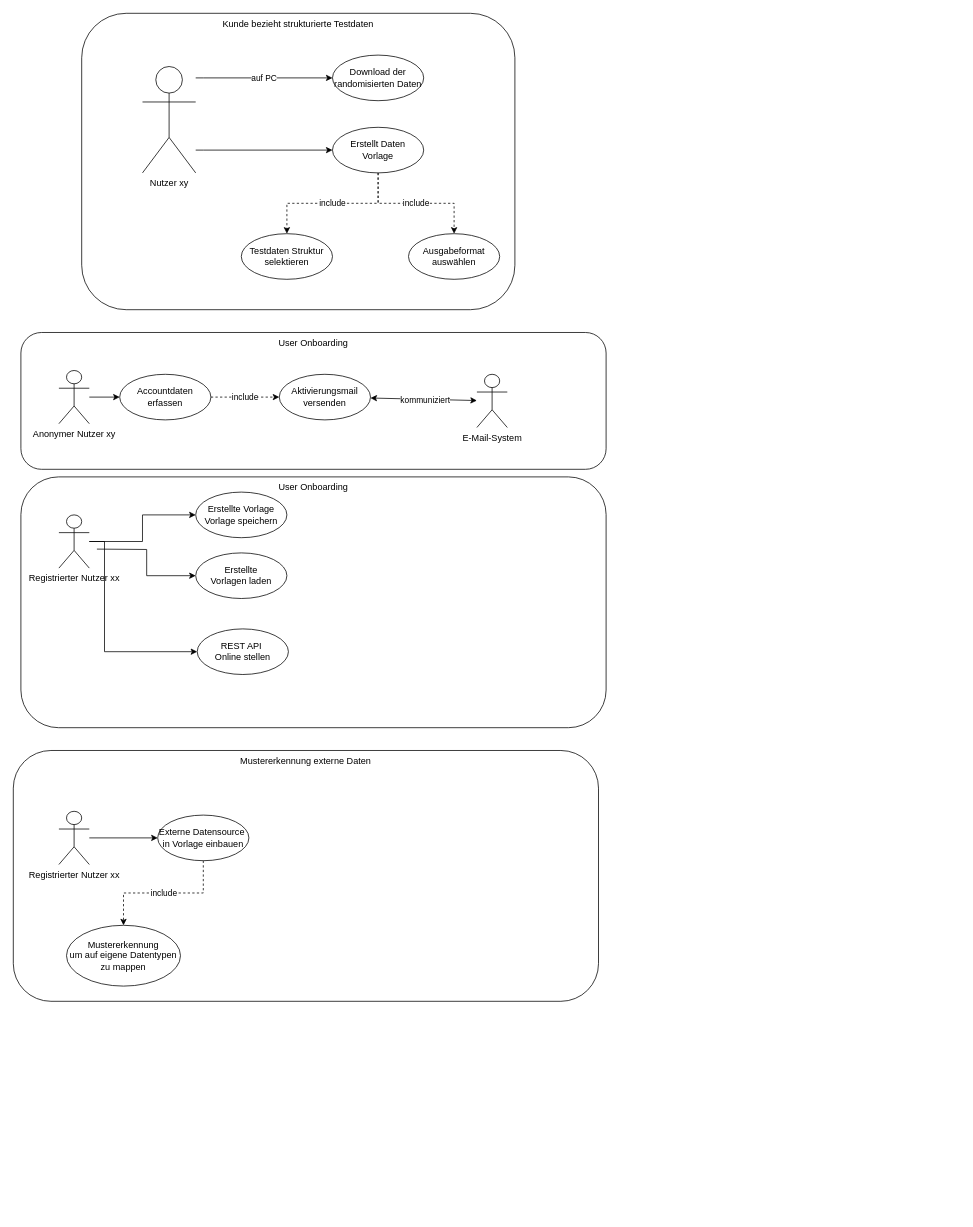
Before: datagen-backend/src/main/resources/UseCase.drawio in Edelmetall/LoremIpsum, a draw.io diagram. Source tidied: cells renumbered, new cells numbered last; positions are measured from the earlier drawing's top-left corner, leaving out a move shared by most shapes. Both pictures are drawn from the tidied source at 76%, with x=0, y=0 at pixel (13, 13).
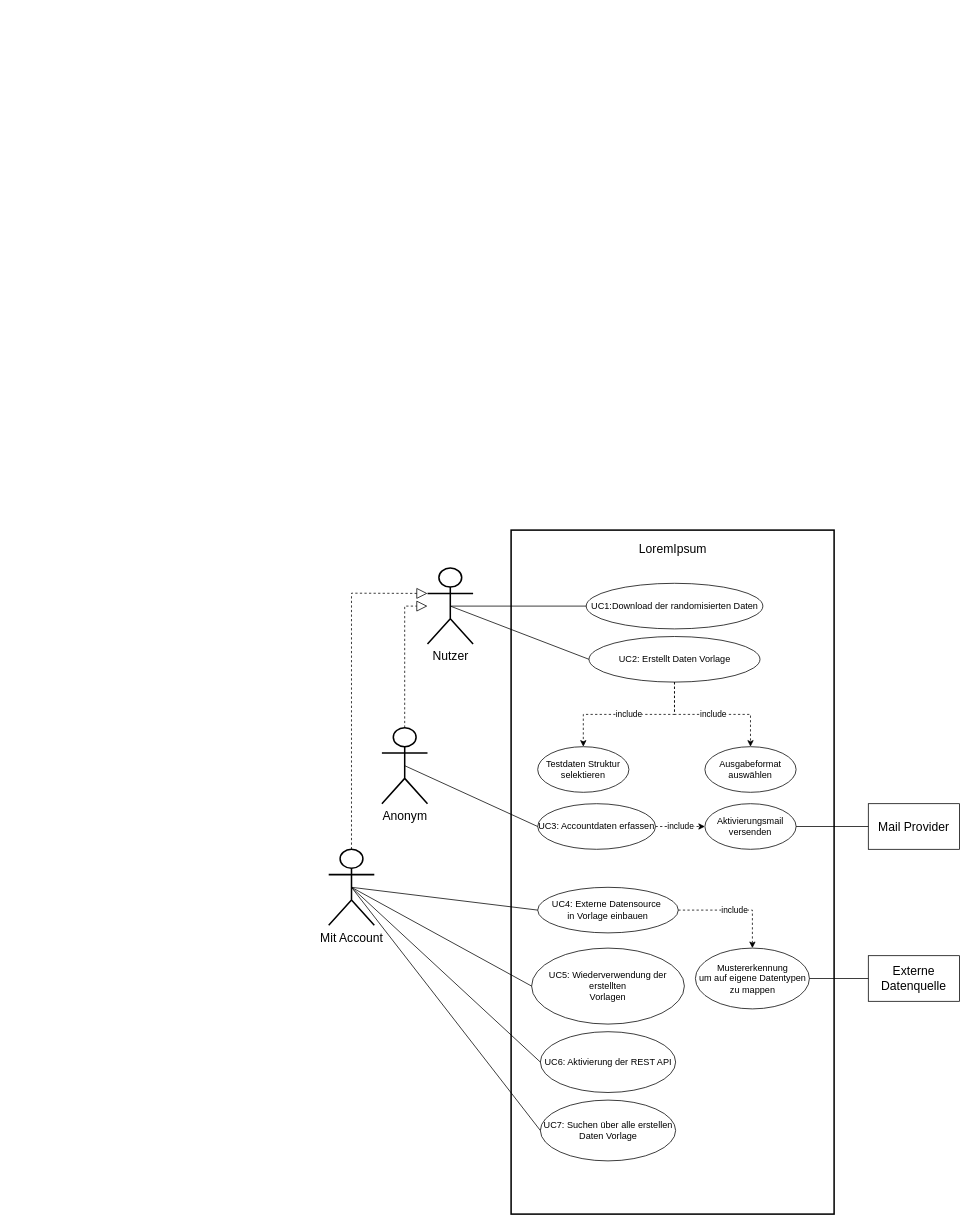
The same diagram, later.

The edit, as a diff of the source:
```diff
@@
-    <mxCell id="2" value="Kunde bezieht strukturierte Testdaten" style="rounded=1;whiteSpace=wrap;html=1;align=center;verticalAlign=top;" parent="1" vertex="1">
-      <mxGeometry x="90" width="570" height="390" as="geometry" />
-    </mxCell>
-    <mxCell id="3" value="include" style="edgeStyle=orthogonalEdgeStyle;rounded=0;jettySize=auto;html=1;dashed=1;" parent="1" edge="1" source="4" target="17">
-      <mxGeometry relative="1" as="geometry" />
-    </mxCell>
-    <mxCell id="4" value="Erstellt Daten&lt;br&gt;Vorlage" style="ellipse;whiteSpace=wrap;html=1;verticalAlign=middle;" parent="1" vertex="1">
-      <mxGeometry x="420" y="150" width="120" height="60" as="geometry" />
-    </mxCell>
-    <mxCell id="5" value="Download der randomisierten Daten" style="ellipse;whiteSpace=wrap;html=1;" parent="1" vertex="1">
-      <mxGeometry x="420" y="55" width="120" height="60" as="geometry" />
-    </mxCell>
-    <mxCell id="6" style="edgeStyle=orthogonalEdgeStyle;rounded=0;jettySize=auto;html=1;" parent="1" edge="1" source="7" target="4">
-      <mxGeometry relative="1" as="geometry">
-        <Array as="points">
-          <mxPoint x="250" y="180" />
-        </Array>
-      </mxGeometry>
-    </mxCell>
-    <mxCell id="7" value="Nutzer xy" style="shape=umlActor;verticalLabelPosition=bottom;verticalAlign=top;html=1;outlineConnect=0;" parent="1" vertex="1">
-      <mxGeometry x="170" y="70" width="70" height="140" as="geometry" />
-    </mxCell>
-    <mxCell id="8" value="User Onboarding" style="rounded=1;whiteSpace=wrap;html=1;align=center;verticalAlign=top;" parent="1" vertex="1">
-      <mxGeometry x="10" y="420" width="770" height="180" as="geometry" />
-    </mxCell>
-    <mxCell id="9" style="edgeStyle=orthogonalEdgeStyle;rounded=0;jettySize=auto;html=1;" parent="1" edge="1" source="10" target="12">
-      <mxGeometry relative="1" as="geometry" />
-    </mxCell>
-    <mxCell id="10" value="Anonymer Nutzer xy" style="shape=umlActor;verticalLabelPosition=bottom;verticalAlign=top;html=1;outlineConnect=0;" parent="1" vertex="1">
-      <mxGeometry x="60" y="470" width="40" height="70" as="geometry" />
-    </mxCell>
-    <mxCell id="11" value="include" style="edgeStyle=orthogonalEdgeStyle;rounded=0;jettySize=auto;html=1;dashed=1;" parent="1" edge="1" source="12" target="13">
-      <mxGeometry relative="1" as="geometry" />
-    </mxCell>
-    <mxCell id="12" value="Accountdaten&lt;br&gt;erfassen" style="ellipse;whiteSpace=wrap;html=1;verticalAlign=middle;" parent="1" vertex="1">
-      <mxGeometry x="140" y="475" width="120" height="60" as="geometry" />
-    </mxCell>
-    <mxCell id="13" value="Aktivierungsmail&lt;br&gt;versenden" style="ellipse;whiteSpace=wrap;html=1;" parent="1" vertex="1">
-      <mxGeometry x="350" y="475" width="120" height="60" as="geometry" />
-    </mxCell>
-    <mxCell id="14" value="E-Mail-System" style="shape=umlActor;verticalLabelPosition=bottom;verticalAlign=top;html=1;outlineConnect=0;" parent="1" vertex="1">
-      <mxGeometry x="610" y="475" width="40" height="70" as="geometry" />
-    </mxCell>
-    <mxCell id="15" style="endArrow=classic;startArrow=classic;html=1;rounded=0;" parent="1" edge="1" source="13" target="14">
-      <mxGeometry relative="1" as="geometry" />
-    </mxCell>
-    <mxCell id="16" value="kommuniziert" style="edgeLabel;html=1;align=center;verticalAlign=middle;" parent="15" vertex="1">
-      <mxGeometry x="0.3" relative="1" as="geometry">
-        <mxPoint x="-19" as="offset" />
-      </mxGeometry>
-    </mxCell>
+    <mxCell id="35" style="rounded=0;whiteSpace=wrap;html=1;strokeWidth=2;strokeColor=#000000;" parent="1" vertex="1">
+      <mxGeometry x="655" y="680" width="425" height="900" as="geometry" />
+    </mxCell>
+    <mxCell id="36" value="LoremIpsum" style="text;html=1;strokeColor=none;fillColor=none;align=center;verticalAlign=middle;whiteSpace=wrap;rounded=0;fontSize=16;" parent="1" vertex="1">
+      <mxGeometry x="837.5" y="690" width="60" height="30" as="geometry" />
+    </mxCell>
+    <mxCell id="37" value="Nutzer" style="shape=umlActor;verticalLabelPosition=bottom;verticalAlign=top;html=1;outlineConnect=0;fontSize=16;strokeColor=#000000;strokeWidth=2;" parent="1" vertex="1">
+      <mxGeometry x="545" y="730" width="60" height="100" as="geometry" />
+    </mxCell>
+    <mxCell id="38" style="endArrow=block;dashed=1;endFill=0;endSize=12;html=1;rounded=0;fontSize=16;" parent="1" edge="1" source="39" target="37">
+      <mxGeometry relative="1" as="geometry">
+        <Array as="points">
+          <mxPoint x="515" y="780" />
+        </Array>
+      </mxGeometry>
+    </mxCell>
+    <mxCell id="39" value="Anonym" style="shape=umlActor;verticalLabelPosition=bottom;verticalAlign=top;html=1;outlineConnect=0;fontSize=16;strokeColor=#000000;strokeWidth=2;" parent="1" vertex="1">
+      <mxGeometry x="485" y="940" width="60" height="100" as="geometry" />
+    </mxCell>
+    <mxCell id="40" value="Mit Account" style="shape=umlActor;verticalLabelPosition=bottom;verticalAlign=top;html=1;outlineConnect=0;fontSize=16;strokeColor=#000000;strokeWidth=2;" parent="1" vertex="1">
+      <mxGeometry x="415" y="1100" width="60" height="100" as="geometry" />
+    </mxCell>
+    <mxCell id="41" style="endArrow=block;dashed=1;endFill=0;endSize=12;html=1;rounded=0;fontSize=16;entryX=0;entryY=0.3333333333333333;entryDx=0;entryDy=0;entryPerimeter=0;" parent="1" edge="1" source="40" target="37">
+      <mxGeometry relative="1" as="geometry">
+        <Array as="points">
+          <mxPoint x="445" y="763" />
+        </Array>
+      </mxGeometry>
+    </mxCell>
+    <mxCell id="42" value="include" style="edgeStyle=orthogonalEdgeStyle;rounded=0;jettySize=auto;html=1;dashed=1;" parent="1" edge="1" source="43" target="17">
+      <mxGeometry relative="1" as="geometry" />
+    </mxCell>
+    <mxCell id="43" value="UC2: Erstellt Daten Vorlage" style="ellipse;whiteSpace=wrap;html=1;verticalAlign=middle;" parent="1" vertex="1">
+      <mxGeometry x="757.5" y="820" width="225" height="60" as="geometry" />
+    </mxCell>
+    <mxCell id="44" value="UC1:Download der randomisierten Daten" style="ellipse;whiteSpace=wrap;html=1;" parent="1" vertex="1">
+      <mxGeometry x="753.8" y="750" width="232.5" height="60" as="geometry" />
+    </mxCell>
     <mxCell id="17" value="Ausgabeformat&lt;br&gt;auswählen" style="ellipse;whiteSpace=wrap;html=1;" parent="1" vertex="1">
-      <mxGeometry x="520" y="290" width="120" height="60" as="geometry" />
+      <mxGeometry x="910" y="965" width="120" height="60" as="geometry" />
     </mxCell>
     <mxCell id="18" value="Testdaten Struktur&lt;br&gt;selektieren" style="ellipse;whiteSpace=wrap;html=1;" parent="1" vertex="1">
-      <mxGeometry x="300" y="290" width="120" height="60" as="geometry" />
+      <mxGeometry x="690" y="965" width="120" height="60" as="geometry" />
     </mxCell>
-    <mxCell id="19" value="include" style="edgeStyle=orthogonalEdgeStyle;rounded=0;jettySize=auto;html=1;dashed=1;" parent="1" edge="1" source="4" target="18">
-      <mxGeometry relative="1" as="geometry" />
-    </mxCell>
-    <mxCell id="20" value="auf PC" style="edgeStyle=orthogonalEdgeStyle;rounded=0;jettySize=auto;html=1;" parent="1" edge="1" source="7" target="5">
-      <mxGeometry relative="1" as="geometry">
-        <Array as="points">
-          <mxPoint x="250" y="85" />
-        </Array>
-      </mxGeometry>
-    </mxCell>
-    <mxCell id="21" value="User Onboarding" style="rounded=1;whiteSpace=wrap;html=1;align=center;verticalAlign=top;" parent="1" vertex="1">
-      <mxGeometry x="10" y="610" width="770" height="330" as="geometry" />
-    </mxCell>
-    <mxCell id="22" style="edgeStyle=orthogonalEdgeStyle;rounded=0;jettySize=auto;html=1;" parent="1" edge="1" source="23" target="24">
-      <mxGeometry relative="1" as="geometry" />
-    </mxCell>
-    <mxCell id="23" value="Registrierter Nutzer xx" style="shape=umlActor;verticalLabelPosition=bottom;verticalAlign=top;html=1;outlineConnect=0;" parent="1" vertex="1">
-      <mxGeometry x="60" y="660" width="40" height="70" as="geometry" />
-    </mxCell>
-    <mxCell id="24" value="Erstellte Vorlage&lt;br&gt;Vorlage speichern" style="ellipse;whiteSpace=wrap;html=1;verticalAlign=middle;" parent="1" vertex="1">
-      <mxGeometry x="240" y="630" width="120" height="60" as="geometry" />
-    </mxCell>
-    <mxCell id="25" value="Erstellte Vorlagen&amp;nbsp;laden" style="ellipse;whiteSpace=wrap;html=1;verticalAlign=middle;" parent="1" vertex="1">
-      <mxGeometry x="240" y="710" width="120" height="60" as="geometry" />
-    </mxCell>
-    <mxCell id="26" style="edgeStyle=orthogonalEdgeStyle;rounded=0;jettySize=auto;html=1;entryX=0;entryY=0.5;entryDx=0;entryDy=0;" parent="1" edge="1" target="25">
-      <mxGeometry relative="1" as="geometry">
-        <mxPoint x="110" y="705" as="sourcePoint" />
-      </mxGeometry>
-    </mxCell>
-    <mxCell id="27" style="edgeStyle=orthogonalEdgeStyle;rounded=0;jettySize=auto;html=1;" parent="1" edge="1" source="23" target="28">
-      <mxGeometry relative="1" as="geometry">
-        <Array as="points">
-          <mxPoint x="120" y="695" />
-          <mxPoint x="120" y="840" />
-        </Array>
-      </mxGeometry>
-    </mxCell>
-    <mxCell id="28" value="REST API&amp;nbsp;&lt;br&gt;Online stellen" style="ellipse;whiteSpace=wrap;html=1;verticalAlign=middle;" parent="1" vertex="1">
-      <mxGeometry x="242" y="810" width="120" height="60" as="geometry" />
-    </mxCell>
-    <mxCell id="29" value="Mustererkennung externe Daten" style="rounded=1;whiteSpace=wrap;html=1;align=center;verticalAlign=top;" parent="1" vertex="1">
-      <mxGeometry y="970" width="770" height="330" as="geometry" />
-    </mxCell>
-    <mxCell id="30" style="edgeStyle=orthogonalEdgeStyle;rounded=0;jettySize=auto;html=1;" parent="1" edge="1" source="31" target="32">
-      <mxGeometry relative="1" as="geometry" />
-    </mxCell>
-    <mxCell id="31" value="Registrierter Nutzer xx" style="shape=umlActor;verticalLabelPosition=bottom;verticalAlign=top;html=1;outlineConnect=0;" parent="1" vertex="1">
-      <mxGeometry x="60" y="1050" width="40" height="70" as="geometry" />
-    </mxCell>
-    <mxCell id="32" value="Externe Datensource&amp;nbsp;&lt;br&gt;in Vorlage einbauen" style="ellipse;whiteSpace=wrap;html=1;verticalAlign=middle;" parent="1" vertex="1">
-      <mxGeometry x="190" y="1055" width="120" height="60" as="geometry" />
-    </mxCell>
+    <mxCell id="45" value="include" style="edgeStyle=orthogonalEdgeStyle;rounded=0;jettySize=auto;html=1;dashed=1;" parent="1" edge="1" source="43" target="18">
+      <mxGeometry relative="1" as="geometry" />
+    </mxCell>
+    <mxCell id="46" value="include" style="edgeStyle=orthogonalEdgeStyle;rounded=0;jettySize=auto;html=1;dashed=1;" parent="1" edge="1" source="47" target="13">
+      <mxGeometry relative="1" as="geometry" />
+    </mxCell>
+    <mxCell id="47" value="UC3: Accountdaten erfassen" style="ellipse;whiteSpace=wrap;html=1;verticalAlign=middle;" parent="1" vertex="1">
+      <mxGeometry x="690" y="1040" width="155" height="60" as="geometry" />
+    </mxCell>
+    <mxCell id="13" value="Aktivierungsmail&lt;br&gt;versenden" style="ellipse;whiteSpace=wrap;html=1;" parent="1" vertex="1">
+      <mxGeometry x="910" y="1040" width="120" height="60" as="geometry" />
+    </mxCell>
+    <mxCell id="48" value="Mail Provider" style="rounded=0;whiteSpace=wrap;html=1;fontSize=16;strokeColor=#000000;strokeWidth=1;" parent="1" vertex="1">
+      <mxGeometry x="1125" y="1040" width="120" height="60" as="geometry" />
+    </mxCell>
+    <mxCell id="49" style="endArrow=none;html=1;rounded=0;fontSize=16;exitX=0.5;exitY=0.5;exitDx=0;exitDy=0;exitPerimeter=0;entryX=0;entryY=0.5;entryDx=0;entryDy=0;" parent="1" edge="1" source="37" target="44">
+      <mxGeometry relative="1" as="geometry" />
+    </mxCell>
+    <mxCell id="50" style="endArrow=none;html=1;rounded=0;fontSize=16;exitX=0.5;exitY=0.5;exitDx=0;exitDy=0;exitPerimeter=0;entryX=0;entryY=0.5;entryDx=0;entryDy=0;" parent="1" edge="1" source="37" target="43">
+      <mxGeometry relative="1" as="geometry" />
+    </mxCell>
+    <mxCell id="51" style="endArrow=none;html=1;rounded=0;fontSize=16;exitX=0.5;exitY=0.5;exitDx=0;exitDy=0;exitPerimeter=0;entryX=0;entryY=0.5;entryDx=0;entryDy=0;" parent="1" edge="1" source="39" target="47">
+      <mxGeometry relative="1" as="geometry" />
+    </mxCell>
+    <mxCell id="52" style="endArrow=none;html=1;rounded=0;fontSize=16;exitX=1;exitY=0.5;exitDx=0;exitDy=0;entryX=0;entryY=0.5;entryDx=0;entryDy=0;" parent="1" edge="1" source="13" target="48">
+      <mxGeometry relative="1" as="geometry" />
+    </mxCell>
+    <mxCell id="53" value="UC4: Externe Datensource&amp;nbsp;&lt;br&gt;in Vorlage einbauen" style="ellipse;whiteSpace=wrap;html=1;verticalAlign=middle;" parent="1" vertex="1">
+      <mxGeometry x="690" y="1150" width="185" height="60" as="geometry" />
+    </mxCell>
     <mxCell id="33" value="Mustererkennung&lt;br&gt;um auf eigene Datentypen zu mappen" style="ellipse;whiteSpace=wrap;html=1;" parent="1" vertex="1">
-      <mxGeometry x="70" y="1200" width="150" height="80" as="geometry" />
+      <mxGeometry x="897.5" y="1230" width="150" height="80" as="geometry" />
     </mxCell>
-    <mxCell id="34" value="include" style="edgeStyle=orthogonalEdgeStyle;rounded=0;jettySize=auto;html=1;dashed=1;" parent="1" edge="1" source="32" target="33">
-      <mxGeometry relative="1" as="geometry" />
-    </mxCell>
+    <mxCell id="54" value="include" style="edgeStyle=orthogonalEdgeStyle;rounded=0;jettySize=auto;html=1;dashed=1;" parent="1" edge="1" source="53" target="33">
+      <mxGeometry relative="1" as="geometry" />
+    </mxCell>
+    <mxCell id="55" style="endArrow=none;html=1;rounded=0;fontSize=16;exitX=0.5;exitY=0.5;exitDx=0;exitDy=0;exitPerimeter=0;entryX=0;entryY=0.5;entryDx=0;entryDy=0;" parent="1" edge="1" source="40" target="53">
+      <mxGeometry relative="1" as="geometry" />
+    </mxCell>
+    <mxCell id="56" value="Externe Datenquelle" style="rounded=0;whiteSpace=wrap;html=1;fontSize=16;strokeColor=#000000;strokeWidth=1;" parent="1" vertex="1">
+      <mxGeometry x="1125" y="1240" width="120" height="60" as="geometry" />
+    </mxCell>
+    <mxCell id="57" style="endArrow=none;html=1;rounded=0;fontSize=16;exitX=0;exitY=0.5;exitDx=0;exitDy=0;entryX=1;entryY=0.5;entryDx=0;entryDy=0;" parent="1" edge="1" source="56" target="33">
+      <mxGeometry relative="1" as="geometry" />
+    </mxCell>
+    <mxCell id="58" value="UC5: Wiederverwendung der erstellten&lt;br&gt;Vorlagen" style="ellipse;whiteSpace=wrap;html=1;" parent="1" vertex="1">
+      <mxGeometry x="682" y="1230" width="201" height="100" as="geometry" />
+    </mxCell>
+    <mxCell id="59" style="endArrow=none;html=1;rounded=0;fontSize=16;exitX=0.5;exitY=0.5;exitDx=0;exitDy=0;exitPerimeter=0;entryX=0;entryY=0.5;entryDx=0;entryDy=0;" parent="1" edge="1" source="40" target="58">
+      <mxGeometry relative="1" as="geometry" />
+    </mxCell>
+    <mxCell id="60" value="UC6: Aktivierung der REST API" style="ellipse;whiteSpace=wrap;html=1;" parent="1" vertex="1">
+      <mxGeometry x="693.5" y="1340" width="178" height="80" as="geometry" />
+    </mxCell>
+    <mxCell id="61" style="endArrow=none;html=1;rounded=0;fontSize=16;exitX=0.5;exitY=0.5;exitDx=0;exitDy=0;exitPerimeter=0;entryX=0;entryY=0.5;entryDx=0;entryDy=0;" parent="1" edge="1" source="40" target="60">
+      <mxGeometry relative="1" as="geometry" />
+    </mxCell>
+    <mxCell id="62" value="UC7: Suchen über alle erstellen&lt;br&gt;Daten Vorlage" style="ellipse;whiteSpace=wrap;html=1;" parent="1" vertex="1">
+      <mxGeometry x="693.5" y="1430" width="178" height="80" as="geometry" />
+    </mxCell>
+    <mxCell id="63" style="endArrow=none;html=1;rounded=0;fontSize=16;exitX=0.5;exitY=0.5;exitDx=0;exitDy=0;exitPerimeter=0;entryX=0;entryY=0.5;entryDx=0;entryDy=0;" parent="1" edge="1" source="40" target="62">
+      <mxGeometry relative="1" as="geometry" />
+    </mxCell>
```
